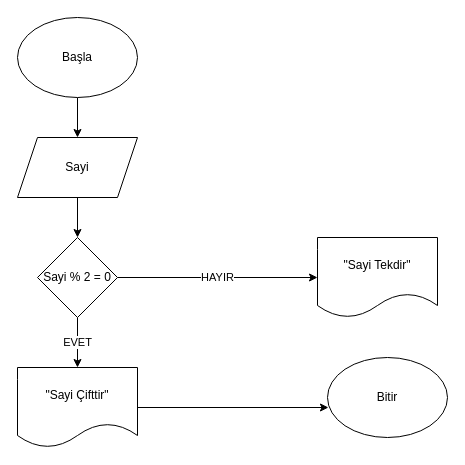
The draw.io diagram algoritma2.drawio in SyKosis1/alg1, before the edit. Source tidied: cells renumbered, new cells numbered last; positions are measured from the earlier drawing's top-left corner, leaving out a move shared by most shapes. Both pictures are drawn from the tidied source at 100%, with x=0, y=0 at pixel (17, 17).
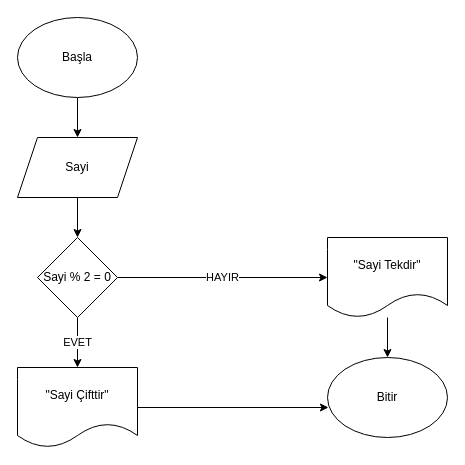
Above is the later version.

Diff of the diagram source:
```diff
@@
 <mxGraphModel>
   <root>
     <mxCell id="0" />
     <mxCell id="1" parent="0" />
     <mxCell id="2" style="edgeStyle=orthogonalEdgeStyle;rounded=0;jettySize=auto;html=1;" parent="1" edge="1" source="3" target="5">
       <mxGeometry relative="1" as="geometry" />
     </mxCell>
     <mxCell id="3" value="Başla" style="ellipse;whiteSpace=wrap;html=1;" parent="1" vertex="1">
       <mxGeometry width="120" height="80" as="geometry" />
     </mxCell>
     <mxCell id="4" style="edgeStyle=orthogonalEdgeStyle;rounded=0;jettySize=auto;html=1;" parent="1" edge="1" source="5" target="8">
       <mxGeometry relative="1" as="geometry" />
     </mxCell>
     <mxCell id="5" value="Sayi" style="shape=parallelogram;perimeter=parallelogramPerimeter;whiteSpace=wrap;html=1;fixedSize=1;" parent="1" vertex="1">
       <mxGeometry y="120" width="120" height="60" as="geometry" />
     </mxCell>
     <mxCell id="6" value="EVET" style="edgeStyle=orthogonalEdgeStyle;rounded=0;jettySize=auto;html=1;" parent="1" edge="1" source="8" target="10">
       <mxGeometry relative="1" as="geometry" />
     </mxCell>
     <mxCell id="7" value="HAYIR" style="edgeStyle=orthogonalEdgeStyle;rounded=0;jettySize=auto;html=1;entryX=0;entryY=0.5;entryDx=0;entryDy=0;" parent="1" edge="1" source="8" target="11">
       <mxGeometry relative="1" as="geometry" />
     </mxCell>
     <mxCell id="8" value="Sayi % 2 = 0" style="rhombus;whiteSpace=wrap;html=1;" parent="1" vertex="1">
       <mxGeometry x="20" y="220" width="80" height="80" as="geometry" />
     </mxCell>
     <mxCell id="9" style="edgeStyle=orthogonalEdgeStyle;rounded=0;jettySize=auto;html=1;entryX=0.008;entryY=0.625;entryDx=0;entryDy=0;entryPerimeter=0;" parent="1" edge="1" source="10" target="12">
       <mxGeometry relative="1" as="geometry" />
     </mxCell>
     <mxCell id="10" value="&quot;Sayi Çifttir&quot;" style="shape=document;whiteSpace=wrap;html=1;boundedLbl=1;" parent="1" vertex="1">
       <mxGeometry y="350" width="120" height="80" as="geometry" />
     </mxCell>
+    <mxCell id="13" style="edgeStyle=orthogonalEdgeStyle;rounded=0;jettySize=auto;html=1;" parent="1" edge="1" source="11" target="12">
+      <mxGeometry relative="1" as="geometry" />
+    </mxCell>
     <mxCell id="11" value="&quot;Sayi Tekdir&quot;" style="shape=document;whiteSpace=wrap;html=1;boundedLbl=1;" parent="1" vertex="1">
-      <mxGeometry x="300" y="220" width="120" height="80" as="geometry" />
+      <mxGeometry x="310" y="220" width="120" height="80" as="geometry" />
     </mxCell>
     <mxCell id="12" value="Bitir" style="ellipse;whiteSpace=wrap;html=1;" parent="1" vertex="1">
       <mxGeometry x="310" y="340" width="120" height="80" as="geometry" />
     </mxCell>
   </root>
 </mxGraphModel>
```
